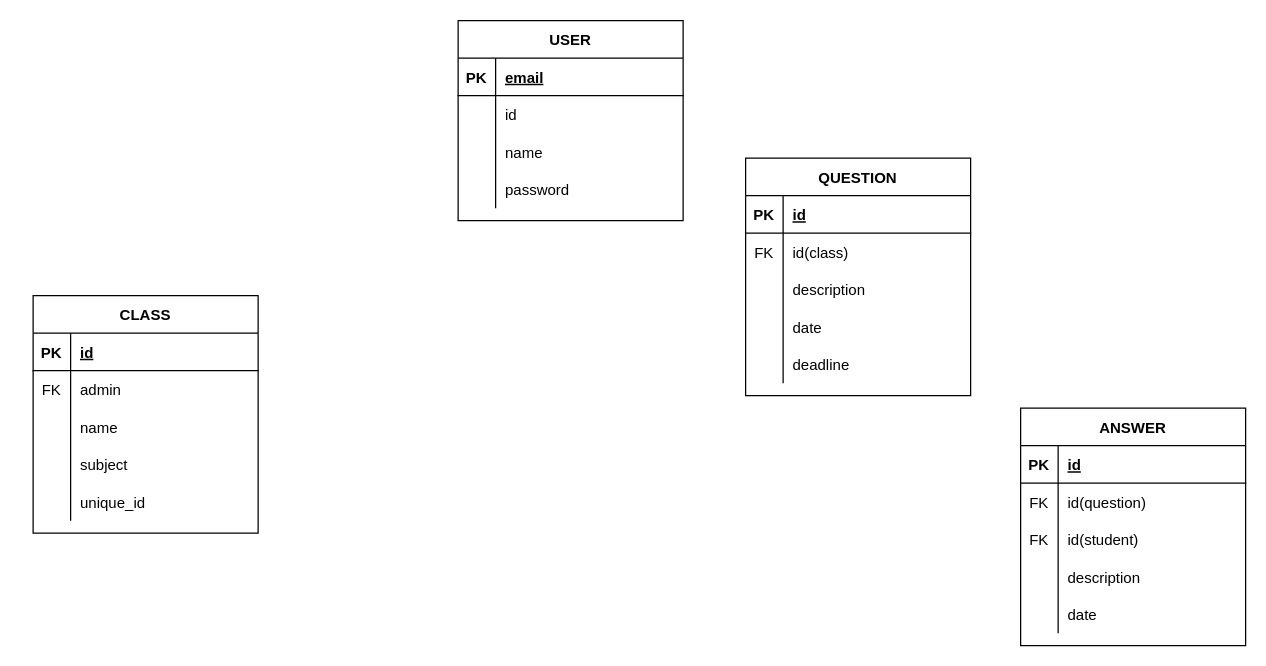
Earlier version of the draw.io diagram classway_relational_model.drawio (anishrsharma/Temp1). Source tidied: cells renumbered, new cells numbered last; positions are measured from the earlier drawing's top-left corner, leaving out a move shared by most shapes. Both pictures are drawn from the tidied source at 125%, with x=0, y=0 at pixel (32, 20).
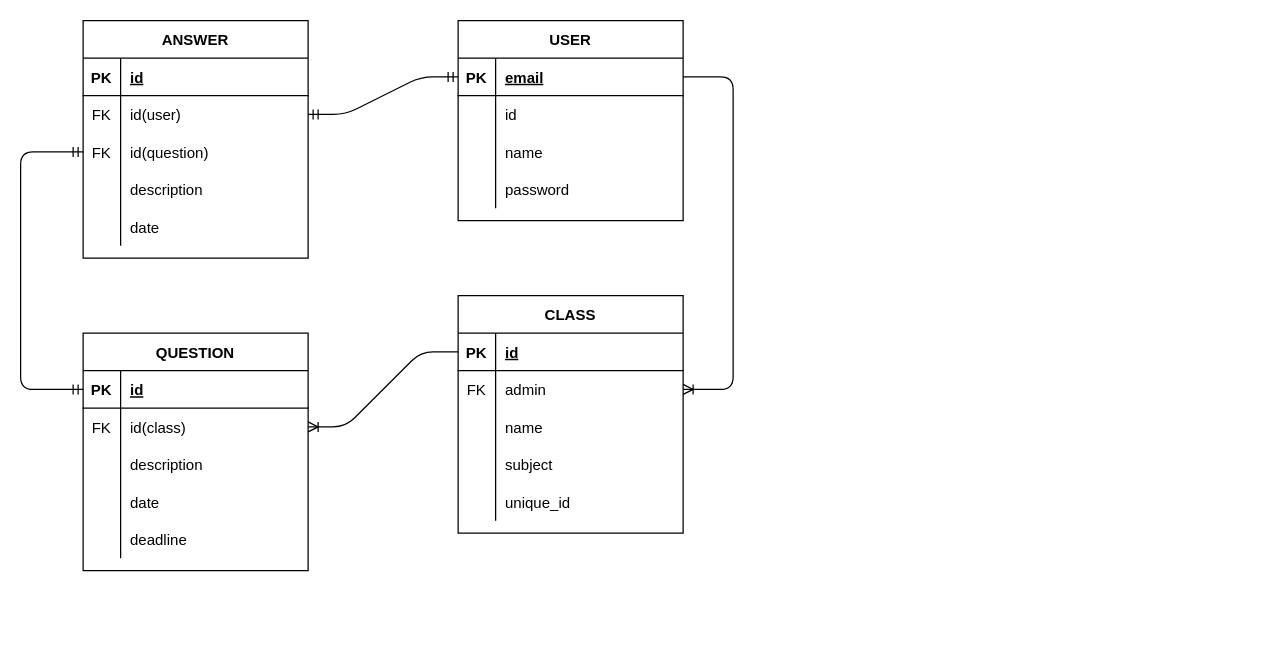
Above is the later version.

The change refers to these unchanged cells:
```xml
<mxCell id="3" style="shape=partialRectangle;fillColor=none;top=0;left=0;bottom=1;right=0;points=[[0,0.5],[1,0.5]];portConstraint=eastwest;" parent="2" vertex="1">
  <mxGeometry y="30" width="180" height="30" as="geometry" />
</mxCell>
<mxCell id="16" style="shape=partialRectangle;fillColor=none;top=0;left=0;bottom=1;right=0;points=[[0,0.5],[1,0.5]];portConstraint=eastwest;" parent="15" vertex="1">
  <mxGeometry y="30" width="180" height="30" as="geometry" />
</mxCell>
<mxCell id="19" style="shape=partialRectangle;fillColor=none;top=0;left=0;bottom=0;right=0;points=[[0,0.5],[1,0.5]];portConstraint=eastwest;" parent="15" vertex="1">
  <mxGeometry y="60" width="180" height="30" as="geometry" />
</mxCell>
<mxCell id="32" style="shape=partialRectangle;fillColor=none;top=0;left=0;bottom=1;right=0;points=[[0,0.5],[1,0.5]];portConstraint=eastwest;" parent="31" vertex="1">
  <mxGeometry y="30" width="180" height="30" as="geometry" />
</mxCell>
<mxCell id="35" style="shape=partialRectangle;fillColor=none;top=0;left=0;bottom=0;right=0;points=[[0,0.5],[1,0.5]];portConstraint=eastwest;" parent="31" vertex="1">
  <mxGeometry y="60" width="180" height="30" as="geometry" />
</mxCell>
```

What changed in the source:
```diff
@@
     <mxCell id="15" value="CLASS" style="shape=table;startSize=30;childLayout=tableLayout;rowLines=0;fontStyle=1;align=center;" parent="1" vertex="1">
-      <mxGeometry y="220" width="180" height="190" as="geometry" />
+      <mxGeometry x="340" y="220" width="180" height="190" as="geometry" />
     </mxCell>
@@
     <mxCell id="31" value="QUESTION" style="shape=table;startSize=30;childLayout=tableLayout;rowLines=0;fontStyle=1;align=center;" parent="1" vertex="1">
-      <mxGeometry x="570" y="110" width="180" height="190" as="geometry" />
+      <mxGeometry x="40" y="250" width="180" height="190" as="geometry" />
     </mxCell>
@@
     <mxCell id="47" value="ANSWER" style="shape=table;startSize=30;childLayout=tableLayout;rowLines=0;fontStyle=1;align=center;" parent="1" vertex="1">
-      <mxGeometry x="790" y="310" width="180" height="190" as="geometry" />
+      <mxGeometry x="40" width="180" height="190" as="geometry" />
     </mxCell>
@@
+    <mxCell id="54" style="shape=partialRectangle;fillColor=none;top=0;left=0;bottom=0;right=0;points=[[0,0.5],[1,0.5]];portConstraint=eastwest;" parent="47" vertex="1">
+      <mxGeometry y="60" width="180" height="30" as="geometry" />
+    </mxCell>
+    <mxCell id="55" value="FK" style="shape=partialRectangle;fillColor=none;top=0;left=0;bottom=0;right=0;overflow=hidden;" parent="54" vertex="1">
+      <mxGeometry width="30" height="30" as="geometry" />
+    </mxCell>
+    <mxCell id="56" value="id(user)" style="shape=partialRectangle;fillColor=none;top=0;left=0;bottom=0;right=0;align=left;spacingLeft=6;overflow=hidden;" parent="54" vertex="1">
+      <mxGeometry x="30" width="150" height="30" as="geometry" />
+    </mxCell>
     <mxCell id="51" style="shape=partialRectangle;fillColor=none;top=0;left=0;bottom=0;right=0;points=[[0,0.5],[1,0.5]];portConstraint=eastwest;" parent="47" vertex="1">
-      <mxGeometry y="60" width="180" height="30" as="geometry" />
+      <mxGeometry y="90" width="180" height="30" as="geometry" />
     </mxCell>
@@
-    <mxCell id="54" style="shape=partialRectangle;fillColor=none;top=0;left=0;bottom=0;right=0;points=[[0,0.5],[1,0.5]];portConstraint=eastwest;" parent="47" vertex="1">
-      <mxGeometry y="90" width="180" height="30" as="geometry" />
-    </mxCell>
-    <mxCell id="55" value="FK" style="shape=partialRectangle;fillColor=none;top=0;left=0;bottom=0;right=0;overflow=hidden;" parent="54" vertex="1">
-      <mxGeometry width="30" height="30" as="geometry" />
-    </mxCell>
-    <mxCell id="56" value="id(student)" style="shape=partialRectangle;fillColor=none;top=0;left=0;bottom=0;right=0;align=left;spacingLeft=6;overflow=hidden;" parent="54" vertex="1">
-      <mxGeometry x="30" width="150" height="30" as="geometry" />
-    </mxCell>
@@
+    <mxCell id="63" style="edgeStyle=orthogonalEdgeStyle;fontSize=12;html=1;endArrow=ERoneToMany;exitX=1;exitY=0.5;exitDx=0;exitDy=0;" parent="1" edge="1" source="3" target="19">
+      <mxGeometry relative="1" as="geometry">
+        <Array as="points">
+          <mxPoint x="560" y="45" />
+          <mxPoint x="560" y="295" />
+        </Array>
+      </mxGeometry>
+    </mxCell>
+    <mxCell id="64" style="edgeStyle=entityRelationEdgeStyle;fontSize=12;html=1;endArrow=ERoneToMany;exitX=0;exitY=0.5;exitDx=0;exitDy=0;entryX=1;entryY=0.5;entryDx=0;entryDy=0;" parent="1" edge="1" source="16" target="35">
+      <mxGeometry relative="1" as="geometry" />
+    </mxCell>
+    <mxCell id="65" style="fontSize=12;html=1;endArrow=ERmandOne;startArrow=ERmandOne;exitX=0;exitY=0.5;exitDx=0;exitDy=0;entryX=0;entryY=0.5;entryDx=0;entryDy=0;edgeStyle=orthogonalEdgeStyle;" parent="1" edge="1" source="51" target="32">
+      <mxGeometry relative="1" as="geometry">
+        <Array as="points">
+          <mxPoint x="-10" y="105" />
+          <mxPoint x="-10" y="295" />
+        </Array>
+      </mxGeometry>
+    </mxCell>
+    <mxCell id="66" style="edgeStyle=entityRelationEdgeStyle;fontSize=12;html=1;endArrow=ERmandOne;startArrow=ERmandOne;entryX=0;entryY=0.5;entryDx=0;entryDy=0;exitX=1;exitY=0.5;exitDx=0;exitDy=0;" parent="1" edge="1" source="54" target="3">
+      <mxGeometry relative="1" as="geometry" />
+    </mxCell>
```
